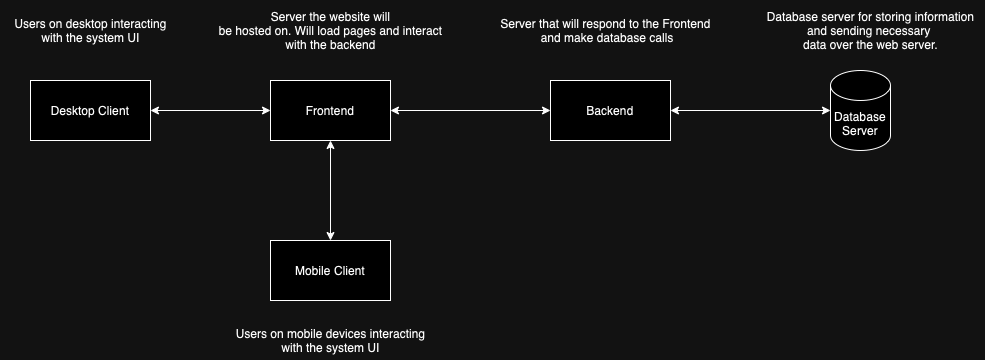
This is Documents/Block Diagram.png from plewis10apsu/AllEvently, a draw.io export, as it was before one commit. Source tidied: cells renumbered, new cells last; positions are measured from the earlier drawing's top-left corner, leaving out a move shared by most shapes.
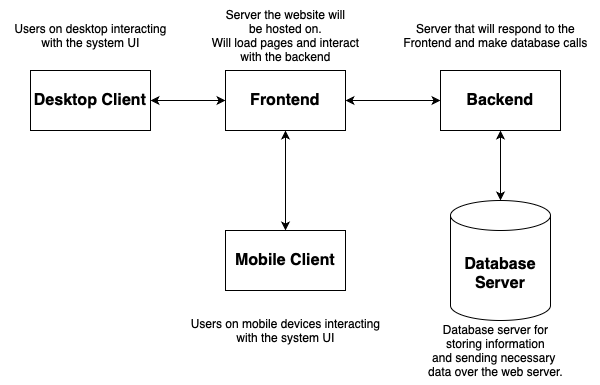
Above is the later version.

Commit message:
Updated Block diagram and fixed postgres functions

The edit, as a diff of the source:
```diff
@@ -2,47 +2,47 @@
   <root>
     <mxCell id="0" />
     <mxCell id="1" parent="0" />
-    <mxCell id="2" value="Desktop Client" style="rounded=0;whiteSpace=wrap;html=1;" parent="1" vertex="1">
-      <mxGeometry x="30" y="80" width="120" height="60" as="geometry" />
+    <mxCell id="2" value="Desktop Client" style="rounded=0;whiteSpace=wrap;html=1;fontStyle=1;fontSize=16;" parent="1" vertex="1">
+      <mxGeometry x="75" y="80" width="120" height="60" as="geometry" />
     </mxCell>
-    <mxCell id="3" value="Frontend" style="rounded=0;whiteSpace=wrap;html=1;" parent="1" vertex="1">
+    <mxCell id="3" value="Frontend" style="rounded=0;whiteSpace=wrap;html=1;fontStyle=1;fontSize=16;" parent="1" vertex="1">
       <mxGeometry x="270" y="80" width="120" height="60" as="geometry" />
     </mxCell>
-    <mxCell id="4" value="Database&lt;div&gt;Server&lt;/div&gt;" style="shape=cylinder3;whiteSpace=wrap;html=1;boundedLbl=1;backgroundOutline=1;size=15;" parent="1" vertex="1">
-      <mxGeometry x="830" y="70" width="60" height="80" as="geometry" />
+    <mxCell id="4" value="Database&lt;div style=&quot;font-size: 16px;&quot;&gt;Server&lt;/div&gt;" style="shape=cylinder3;whiteSpace=wrap;html=1;boundedLbl=1;backgroundOutline=1;size=15;fontStyle=1;fontSize=16;" parent="1" vertex="1">
+      <mxGeometry x="495" y="210" width="100" height="120" as="geometry" />
     </mxCell>
-    <mxCell id="5" value="Mobile Client" style="rounded=0;whiteSpace=wrap;html=1;" parent="1" vertex="1">
+    <mxCell id="5" value="Mobile Client" style="rounded=0;whiteSpace=wrap;html=1;fontStyle=1;fontSize=16;" parent="1" vertex="1">
       <mxGeometry x="270" y="240" width="120" height="60" as="geometry" />
     </mxCell>
-    <mxCell id="6" style="endArrow=classic;startArrow=classic;html=1;rounded=0;exitX=1;exitY=0.5;exitDx=0;exitDy=0;entryX=0;entryY=0.5;entryDx=0;entryDy=0;" parent="1" edge="1" source="2" target="3">
+    <mxCell id="6" style="endArrow=classic;startArrow=classic;html=1;rounded=0;exitX=1;exitY=0.5;exitDx=0;exitDy=0;entryX=0;entryY=0.5;entryDx=0;entryDy=0;fontSize=12;" parent="1" edge="1" source="2" target="3">
       <mxGeometry relative="1" as="geometry" />
     </mxCell>
-    <mxCell id="7" style="endArrow=classic;startArrow=classic;html=1;rounded=0;exitX=1;exitY=0.5;exitDx=0;exitDy=0;entryX=0;entryY=0.5;entryDx=0;entryDy=0;entryPerimeter=0;" parent="1" edge="1" source="14" target="4">
+    <mxCell id="7" style="endArrow=classic;startArrow=classic;html=1;rounded=0;exitX=0.5;exitY=1;exitDx=0;exitDy=0;entryX=0.5;entryY=0;entryDx=0;entryDy=0;entryPerimeter=0;fontSize=12;" parent="1" edge="1" source="14" target="4">
       <mxGeometry relative="1" as="geometry" />
     </mxCell>
-    <mxCell id="8" style="endArrow=classic;startArrow=classic;html=1;rounded=0;entryX=0.5;entryY=1;entryDx=0;entryDy=0;exitX=0.5;exitY=0;exitDx=0;exitDy=0;" parent="1" edge="1" source="5" target="3">
+    <mxCell id="8" style="endArrow=classic;startArrow=classic;html=1;rounded=0;entryX=0.5;entryY=1;entryDx=0;entryDy=0;exitX=0.5;exitY=0;exitDx=0;exitDy=0;fontSize=12;" parent="1" edge="1" source="5" target="3">
       <mxGeometry relative="1" as="geometry" />
     </mxCell>
     <mxCell id="9" value="Users on desktop interacting&lt;div&gt;with the system UI&lt;/div&gt;" style="text;html=1;align=center;verticalAlign=middle;strokeColor=none;fillColor=none;" parent="1" vertex="1">
-      <mxGeometry y="10" width="180" height="40" as="geometry" />
+      <mxGeometry x="45" y="25" width="180" height="40" as="geometry" />
     </mxCell>
-    <mxCell id="10" value="Server the website will&lt;div&gt;be hosted on. Will load pages and interact&lt;/div&gt;&lt;div&gt;with the backend&lt;/div&gt;" style="text;html=1;align=center;verticalAlign=middle;strokeColor=none;fillColor=none;" parent="1" vertex="1">
-      <mxGeometry x="205" width="250" height="60" as="geometry" />
+    <mxCell id="10" value="Server the website will&lt;div style=&quot;font-size: 12px;&quot;&gt;be hosted on.&lt;/div&gt;&lt;div style=&quot;font-size: 12px;&quot;&gt;Will load pages and interact&lt;/div&gt;&lt;div style=&quot;font-size: 12px;&quot;&gt;with the backend&lt;/div&gt;" style="text;html=1;align=center;verticalAlign=middle;strokeColor=none;fillColor=none;fontSize=12;" parent="1" vertex="1">
+      <mxGeometry x="245" y="10" width="170" height="70" as="geometry" />
     </mxCell>
-    <mxCell id="11" value="Users on mobile devices interacting&lt;div&gt;with the system UI&lt;/div&gt;" style="text;html=1;align=center;verticalAlign=middle;strokeColor=none;fillColor=none;" parent="1" vertex="1">
+    <mxCell id="11" value="Users on mobile devices interacting&lt;div style=&quot;font-size: 12px;&quot;&gt;with the system UI&lt;/div&gt;" style="text;html=1;align=center;verticalAlign=middle;strokeColor=none;fillColor=none;fontSize=12;" parent="1" vertex="1">
       <mxGeometry x="225" y="320" width="210" height="40" as="geometry" />
     </mxCell>
-    <mxCell id="12" value="Database server for storing information&lt;div&gt;and sending necessary&amp;nbsp;&lt;/div&gt;&lt;div&gt;data over the web server.&lt;/div&gt;" style="text;html=1;align=center;verticalAlign=middle;strokeColor=none;fillColor=none;" parent="1" vertex="1">
-      <mxGeometry x="755" width="230" height="60" as="geometry" />
+    <mxCell id="12" value="Database server for&lt;div&gt;storing information&lt;div style=&quot;font-size: 12px;&quot;&gt;and sending necessary&amp;nbsp;&lt;/div&gt;&lt;div style=&quot;font-size: 12px;&quot;&gt;data over the web server.&lt;/div&gt;&lt;/div&gt;" style="text;html=1;align=center;verticalAlign=middle;strokeColor=none;fillColor=none;fontSize=12;" parent="1" vertex="1">
+      <mxGeometry x="460" y="325" width="160" height="70" as="geometry" />
     </mxCell>
-    <mxCell id="13" style="endArrow=classic;startArrow=classic;html=1;rounded=0;exitX=1;exitY=0.5;exitDx=0;exitDy=0;entryX=0;entryY=0.5;entryDx=0;entryDy=0;" parent="1" edge="1" source="3" target="14">
+    <mxCell id="13" style="endArrow=classic;startArrow=classic;html=1;rounded=0;exitX=1;exitY=0.5;exitDx=0;exitDy=0;entryX=0;entryY=0.5;entryDx=0;entryDy=0;fontSize=12;" parent="1" edge="1" source="3" target="14">
       <mxGeometry relative="1" as="geometry" />
     </mxCell>
-    <mxCell id="14" value="Backend" style="rounded=0;whiteSpace=wrap;html=1;" parent="1" vertex="1">
-      <mxGeometry x="550" y="80" width="120" height="60" as="geometry" />
+    <mxCell id="14" value="Backend" style="rounded=0;whiteSpace=wrap;html=1;fontStyle=1;fontSize=16;" parent="1" vertex="1">
+      <mxGeometry x="485" y="80" width="120" height="60" as="geometry" />
     </mxCell>
-    <mxCell id="15" value="Server that will respond to the Frontend&lt;div&gt;&amp;nbsp;and make database calls&lt;/div&gt;" style="text;html=1;align=center;verticalAlign=middle;strokeColor=none;fillColor=none;" parent="1" vertex="1">
-      <mxGeometry x="490" y="10" width="230" height="40" as="geometry" />
+    <mxCell id="15" value="Server that will respond to the&lt;div style=&quot;font-size: 12px;&quot;&gt;Frontend and make database calls&lt;/div&gt;" style="text;html=1;align=center;verticalAlign=middle;strokeColor=none;fillColor=none;fontSize=12;" parent="1" vertex="1">
+      <mxGeometry x="435" y="25" width="210" height="40" as="geometry" />
     </mxCell>
   </root>
 </mxGraphModel>
```
